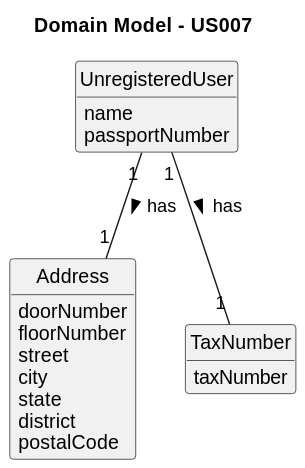
1220812/LAPR2 keeps this PlantUML diagram as docs/sprintB/us007/02.analysis/svg/us007-domain-model.svg. Above is the earlier version.
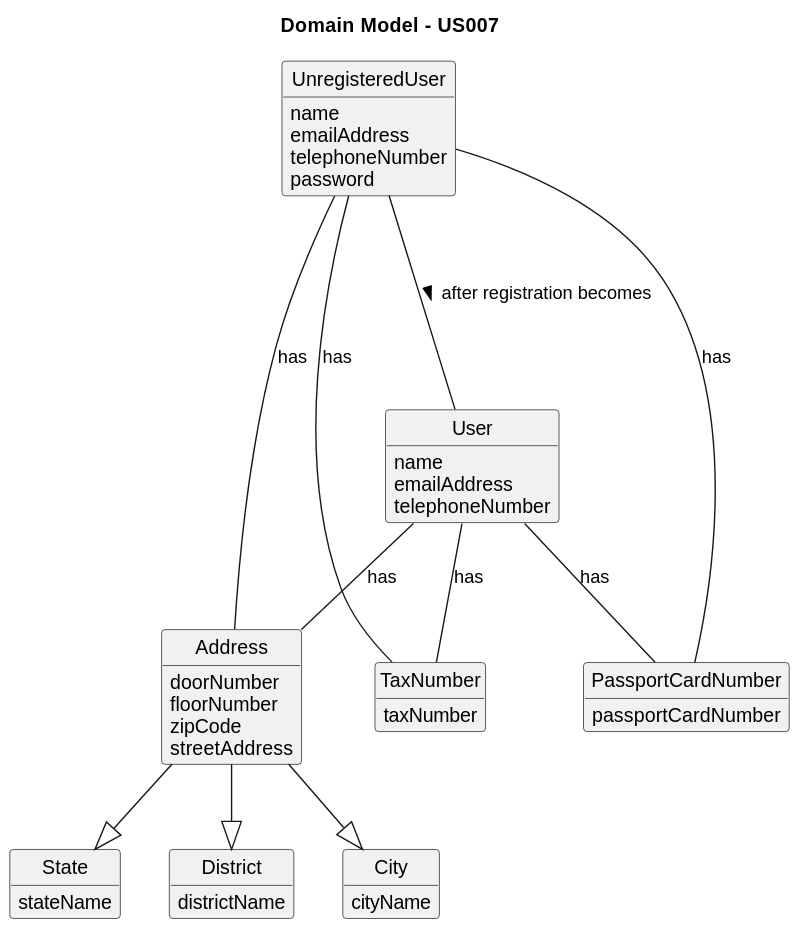
After the change.

Diff of the diagram source:
```diff
@@ -11,25 +11,54 @@
 
 title Domain Model - US007
 
-class UnregisteredUser{
-name
-passportNumber
-}
-
 class Address{
 doorNumber
 floorNumber
-street
-city
-state
-district
-postalCode
+zipCode
+streetAddress
+}
+
+class State{
+stateName
+}
+
+class District{
+districtName
+}
+
+class City{
+cityName
+}
+
+class UnregisteredUser{
+name
+emailAddress
+telephoneNumber
+password
+}
+
+class User{
+name
+emailAddress
+telephoneNumber
+}
+
+class PassportCardNumber{
+passportCardNumber
 }
 
 class TaxNumber{
 taxNumber
 }
 
-UnregisteredUser "1" -- "1" Address : has >
-UnregisteredUser "1" -- "1" TaxNumber : has >
+Address --|> State
+Address --|> City
+Address --|> District
+UnregisteredUser --- User : after registration becomes >
+UnregisteredUser -- Address : has
+User -- Address : has
+UnregisteredUser --- TaxNumber : has
+UnregisteredUser -- PassportCardNumber : has
+User -- TaxNumber : has
+User -- PassportCardNumber : has
 @enduml
```
